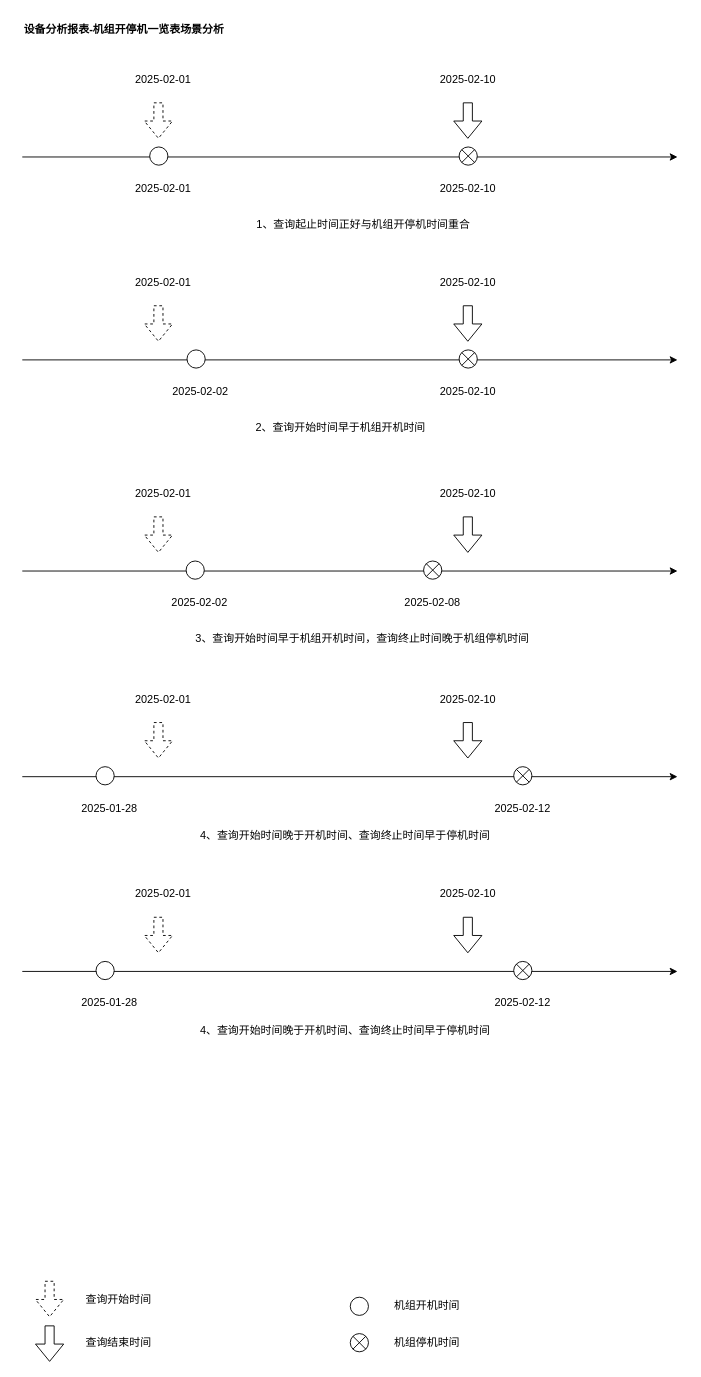
ab-doc/draw.io keeps this draw.io diagram as page "第2页" (2 of 2) of src/main/work/ddh/device_state_analysis_20250226002144.drawio. Above is the earlier version. Source tidied: cells renumbered, new cells numbered last; positions are measured from the earlier drawing's top-left corner, leaving out a move shared by most shapes. Both pictures are drawn from the tidied source at 91%, with x=0, y=0 at pixel (22, 15).
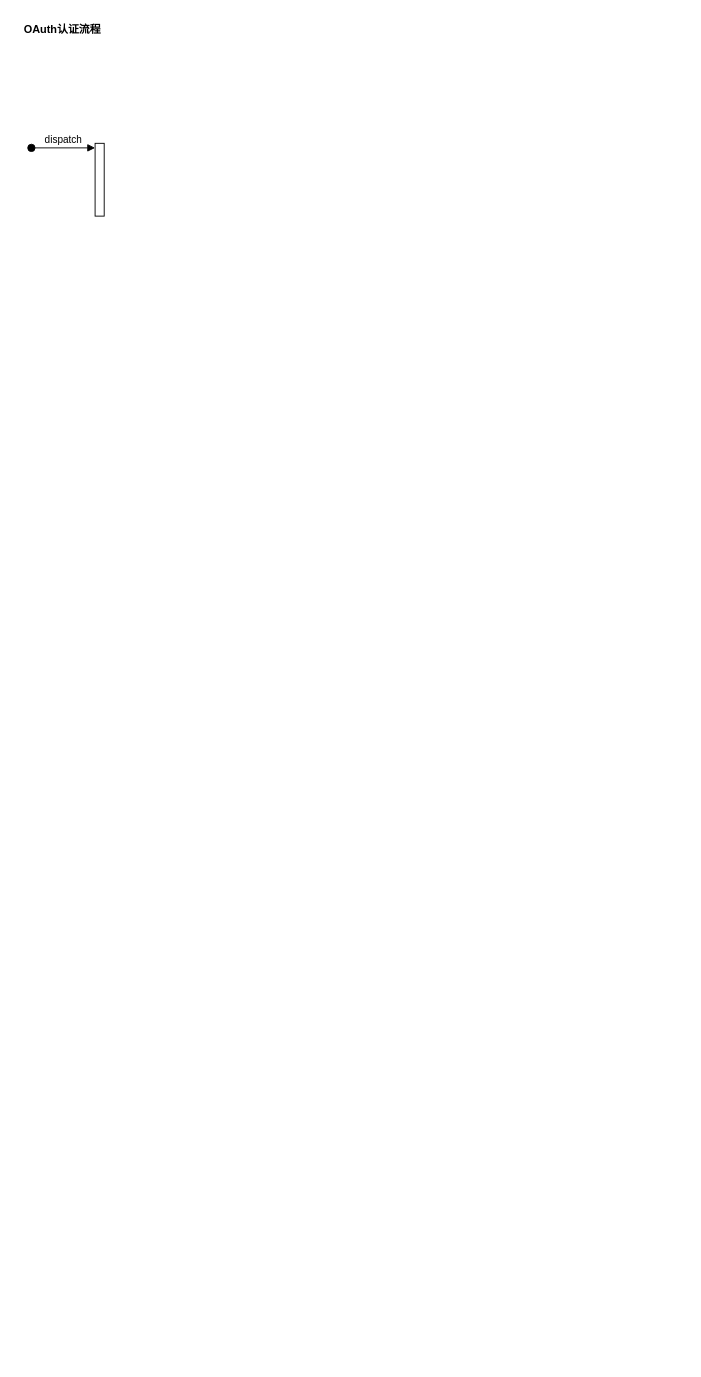
After the change.

What changed in the source:
```diff
@@
-    <mxCell id="2" style="endArrow=classic;html=1;rounded=0;startArrow=none;startFill=0;endFill=1;" parent="1" edge="1">
-      <mxGeometry relative="1" as="geometry">
-        <mxPoint y="155" as="sourcePoint" />
-        <mxPoint x="720" y="155" as="targetPoint" />
-      </mxGeometry>
-    </mxCell>
-    <mxCell id="3" style="verticalLabelPosition=bottom;verticalAlign=top;html=1;shape=mxgraph.flowchart.on-page_reference;" parent="1" vertex="1">
-      <mxGeometry x="140" y="144" width="20" height="20" as="geometry" />
-    </mxCell>
-    <mxCell id="4" style="shape=sumEllipse;perimeter=ellipsePerimeter;whiteSpace=wrap;html=1;backgroundOutline=1;" parent="1" vertex="1">
-      <mxGeometry x="480" y="144" width="20" height="20" as="geometry" />
-    </mxCell>
-    <mxCell id="5" value="2025-02-01" style="text;html=1;align=center;verticalAlign=middle;whiteSpace=wrap;rounded=0;" parent="1" vertex="1">
-      <mxGeometry x="120" y="175" width="70" height="30" as="geometry" />
-    </mxCell>
-    <mxCell id="6" value="2025-02-10" style="text;html=1;align=center;verticalAlign=middle;whiteSpace=wrap;rounded=0;" parent="1" vertex="1">
-      <mxGeometry x="455" y="175" width="70" height="30" as="geometry" />
-    </mxCell>
-    <mxCell id="7" style="shape=flexArrow;endArrow=classic;html=1;rounded=0;fillColor=default;fillStyle=auto;dashed=1;" parent="1" edge="1">
-      <mxGeometry relative="1" as="geometry">
-        <mxPoint x="149.6" y="95" as="sourcePoint" />
-        <mxPoint x="149.6" y="135" as="targetPoint" />
-      </mxGeometry>
-    </mxCell>
-    <mxCell id="8" style="shape=flexArrow;endArrow=classic;html=1;rounded=0;" parent="1" edge="1">
-      <mxGeometry relative="1" as="geometry">
-        <mxPoint x="489.6" y="95" as="sourcePoint" />
-        <mxPoint x="489.6" y="135" as="targetPoint" />
-      </mxGeometry>
-    </mxCell>
-    <mxCell id="9" value="2025-02-01" style="text;html=1;align=center;verticalAlign=middle;whiteSpace=wrap;rounded=0;" parent="1" vertex="1">
-      <mxGeometry x="120" y="55" width="70" height="30" as="geometry" />
-    </mxCell>
-    <mxCell id="10" value="2025-02-10" style="text;html=1;align=center;verticalAlign=middle;whiteSpace=wrap;rounded=0;" parent="1" vertex="1">
-      <mxGeometry x="455" y="55" width="70" height="30" as="geometry" />
-    </mxCell>
-    <mxCell id="11" value="1、查询起止时间正好与机组开停机时间重合" style="text;html=1;align=center;verticalAlign=middle;whiteSpace=wrap;rounded=0;" parent="1" vertex="1">
-      <mxGeometry x="250" y="215" width="250" height="30" as="geometry" />
-    </mxCell>
-    <mxCell id="12" value="设备分析报表-机组开停机一览表场景分析" style="text;html=1;align=left;verticalAlign=middle;whiteSpace=wrap;rounded=0;fontStyle=1;" parent="1" vertex="1">
+    <mxCell id="12" value="OAuth认证流程" style="text;html=1;align=left;verticalAlign=middle;whiteSpace=wrap;rounded=0;fontStyle=1;" parent="1" vertex="1">
       <mxGeometry width="237.5" height="30" as="geometry" />
     </mxCell>
-    <mxCell id="13" style="endArrow=classic;html=1;rounded=0;startArrow=none;startFill=0;endFill=1;" parent="1" edge="1">
-      <mxGeometry relative="1" as="geometry">
-        <mxPoint y="378" as="sourcePoint" />
-        <mxPoint x="720" y="378" as="targetPoint" />
-      </mxGeometry>
-    </mxCell>
-    <mxCell id="14" style="verticalLabelPosition=bottom;verticalAlign=top;html=1;shape=mxgraph.flowchart.on-page_reference;" parent="1" vertex="1">
-      <mxGeometry x="181" y="367" width="20" height="20" as="geometry" />
-    </mxCell>
-    <mxCell id="15" style="shape=sumEllipse;perimeter=ellipsePerimeter;whiteSpace=wrap;html=1;backgroundOutline=1;" parent="1" vertex="1">
-      <mxGeometry x="480" y="367" width="20" height="20" as="geometry" />
-    </mxCell>
-    <mxCell id="16" value="2025-02-02" style="text;html=1;align=center;verticalAlign=middle;whiteSpace=wrap;rounded=0;" parent="1" vertex="1">
-      <mxGeometry x="161" y="398" width="70" height="30" as="geometry" />
-    </mxCell>
-    <mxCell id="17" value="2025-02-10" style="text;html=1;align=center;verticalAlign=middle;whiteSpace=wrap;rounded=0;" parent="1" vertex="1">
-      <mxGeometry x="455" y="398" width="70" height="30" as="geometry" />
-    </mxCell>
-    <mxCell id="18" style="shape=flexArrow;endArrow=classic;html=1;rounded=0;fillColor=default;fillStyle=auto;dashed=1;" parent="1" edge="1">
-      <mxGeometry relative="1" as="geometry">
-        <mxPoint x="149.6" y="318" as="sourcePoint" />
-        <mxPoint x="149.6" y="358" as="targetPoint" />
-      </mxGeometry>
-    </mxCell>
-    <mxCell id="19" style="shape=flexArrow;endArrow=classic;html=1;rounded=0;" parent="1" edge="1">
-      <mxGeometry relative="1" as="geometry">
-        <mxPoint x="489.6" y="318" as="sourcePoint" />
-        <mxPoint x="489.6" y="358" as="targetPoint" />
-      </mxGeometry>
-    </mxCell>
-    <mxCell id="20" value="2025-02-01" style="text;html=1;align=center;verticalAlign=middle;whiteSpace=wrap;rounded=0;" parent="1" vertex="1">
-      <mxGeometry x="120" y="278" width="70" height="30" as="geometry" />
-    </mxCell>
-    <mxCell id="21" value="2025-02-10" style="text;html=1;align=center;verticalAlign=middle;whiteSpace=wrap;rounded=0;" parent="1" vertex="1">
-      <mxGeometry x="455" y="278" width="70" height="30" as="geometry" />
-    </mxCell>
-    <mxCell id="22" value="2、查询开始时间早于机组开机时间" style="text;html=1;align=center;verticalAlign=middle;whiteSpace=wrap;rounded=0;" parent="1" vertex="1">
-      <mxGeometry x="200" y="438" width="300" height="30" as="geometry" />
-    </mxCell>
-    <mxCell id="23" style="endArrow=classic;html=1;rounded=0;startArrow=none;startFill=0;endFill=1;" parent="1" edge="1">
-      <mxGeometry relative="1" as="geometry">
-        <mxPoint y="610" as="sourcePoint" />
-        <mxPoint x="720" y="610" as="targetPoint" />
-      </mxGeometry>
-    </mxCell>
-    <mxCell id="24" style="verticalLabelPosition=bottom;verticalAlign=top;html=1;shape=mxgraph.flowchart.on-page_reference;" parent="1" vertex="1">
-      <mxGeometry x="180" y="599" width="20" height="20" as="geometry" />
-    </mxCell>
-    <mxCell id="25" style="shape=sumEllipse;perimeter=ellipsePerimeter;whiteSpace=wrap;html=1;backgroundOutline=1;" parent="1" vertex="1">
-      <mxGeometry x="441" y="599" width="20" height="20" as="geometry" />
-    </mxCell>
-    <mxCell id="26" value="2025-02-02" style="text;html=1;align=center;verticalAlign=middle;whiteSpace=wrap;rounded=0;" parent="1" vertex="1">
-      <mxGeometry x="160" y="630" width="70" height="30" as="geometry" />
-    </mxCell>
-    <mxCell id="27" value="2025-02-08" style="text;html=1;align=center;verticalAlign=middle;whiteSpace=wrap;rounded=0;" parent="1" vertex="1">
-      <mxGeometry x="416" y="630" width="70" height="30" as="geometry" />
-    </mxCell>
-    <mxCell id="28" style="shape=flexArrow;endArrow=classic;html=1;rounded=0;fillColor=default;fillStyle=auto;dashed=1;" parent="1" edge="1">
-      <mxGeometry relative="1" as="geometry">
-        <mxPoint x="149.6" y="550" as="sourcePoint" />
-        <mxPoint x="149.6" y="590" as="targetPoint" />
-      </mxGeometry>
-    </mxCell>
-    <mxCell id="29" style="shape=flexArrow;endArrow=classic;html=1;rounded=0;" parent="1" edge="1">
-      <mxGeometry relative="1" as="geometry">
-        <mxPoint x="489.6" y="550" as="sourcePoint" />
-        <mxPoint x="489.6" y="590" as="targetPoint" />
-      </mxGeometry>
-    </mxCell>
-    <mxCell id="30" value="2025-02-01" style="text;html=1;align=center;verticalAlign=middle;whiteSpace=wrap;rounded=0;" parent="1" vertex="1">
-      <mxGeometry x="120" y="510" width="70" height="30" as="geometry" />
-    </mxCell>
-    <mxCell id="31" value="2025-02-10" style="text;html=1;align=center;verticalAlign=middle;whiteSpace=wrap;rounded=0;" parent="1" vertex="1">
-      <mxGeometry x="455" y="510" width="70" height="30" as="geometry" />
-    </mxCell>
-    <mxCell id="32" value="3、查询开始时间早于机组开机时间，查询终止时间晚于机组停机时间" style="text;html=1;align=center;verticalAlign=middle;whiteSpace=wrap;rounded=0;" parent="1" vertex="1">
-      <mxGeometry x="179" y="670" width="390" height="30" as="geometry" />
-    </mxCell>
-    <mxCell id="33" style="endArrow=classic;html=1;rounded=0;startArrow=none;startFill=0;endFill=1;" parent="1" edge="1">
-      <mxGeometry relative="1" as="geometry">
-        <mxPoint y="836" as="sourcePoint" />
-        <mxPoint x="720" y="836" as="targetPoint" />
-      </mxGeometry>
-    </mxCell>
-    <mxCell id="34" style="verticalLabelPosition=bottom;verticalAlign=top;html=1;shape=mxgraph.flowchart.on-page_reference;" parent="1" vertex="1">
-      <mxGeometry x="81" y="825" width="20" height="20" as="geometry" />
-    </mxCell>
-    <mxCell id="35" style="shape=sumEllipse;perimeter=ellipsePerimeter;whiteSpace=wrap;html=1;backgroundOutline=1;" parent="1" vertex="1">
-      <mxGeometry x="540" y="825" width="20" height="20" as="geometry" />
-    </mxCell>
-    <mxCell id="36" value="2025-01-28" style="text;html=1;align=center;verticalAlign=middle;whiteSpace=wrap;rounded=0;" parent="1" vertex="1">
-      <mxGeometry x="61" y="856" width="70" height="30" as="geometry" />
-    </mxCell>
-    <mxCell id="37" value="2025-02-12" style="text;html=1;align=center;verticalAlign=middle;whiteSpace=wrap;rounded=0;" parent="1" vertex="1">
-      <mxGeometry x="515" y="856" width="70" height="30" as="geometry" />
-    </mxCell>
-    <mxCell id="38" style="shape=flexArrow;endArrow=classic;html=1;rounded=0;fillColor=default;fillStyle=auto;dashed=1;" parent="1" edge="1">
-      <mxGeometry relative="1" as="geometry">
-        <mxPoint x="149.6" y="776" as="sourcePoint" />
-        <mxPoint x="149.6" y="816" as="targetPoint" />
-      </mxGeometry>
-    </mxCell>
-    <mxCell id="39" style="shape=flexArrow;endArrow=classic;html=1;rounded=0;" parent="1" edge="1">
-      <mxGeometry relative="1" as="geometry">
-        <mxPoint x="489.6" y="776" as="sourcePoint" />
-        <mxPoint x="489.6" y="816" as="targetPoint" />
-      </mxGeometry>
-    </mxCell>
-    <mxCell id="40" value="2025-02-01" style="text;html=1;align=center;verticalAlign=middle;whiteSpace=wrap;rounded=0;" parent="1" vertex="1">
-      <mxGeometry x="120" y="736" width="70" height="30" as="geometry" />
-    </mxCell>
-    <mxCell id="41" value="2025-02-10" style="text;html=1;align=center;verticalAlign=middle;whiteSpace=wrap;rounded=0;" parent="1" vertex="1">
-      <mxGeometry x="455" y="736" width="70" height="30" as="geometry" />
-    </mxCell>
-    <mxCell id="42" value="4、查询开始时间晚于开机时间、查询终止时间早于停机时间" style="text;html=1;align=center;verticalAlign=middle;whiteSpace=wrap;rounded=0;" parent="1" vertex="1">
-      <mxGeometry x="185" y="886" width="340" height="30" as="geometry" />
-    </mxCell>
-    <mxCell id="43" style="verticalLabelPosition=bottom;verticalAlign=top;html=1;shape=mxgraph.flowchart.on-page_reference;" parent="1" vertex="1">
-      <mxGeometry x="360.4" y="1408" width="20" height="20" as="geometry" />
-    </mxCell>
-    <mxCell id="44" value="机组开机时间" style="text;html=1;align=center;verticalAlign=middle;whiteSpace=wrap;rounded=0;" parent="1" vertex="1">
-      <mxGeometry x="400.4" y="1403" width="90" height="30" as="geometry" />
-    </mxCell>
-    <mxCell id="45" style="shape=sumEllipse;perimeter=ellipsePerimeter;whiteSpace=wrap;html=1;backgroundOutline=1;" parent="1" vertex="1">
-      <mxGeometry x="360.4" y="1448" width="20" height="20" as="geometry" />
-    </mxCell>
-    <mxCell id="46" value="机组停机时间" style="text;html=1;align=center;verticalAlign=middle;whiteSpace=wrap;rounded=0;" parent="1" vertex="1">
-      <mxGeometry x="400.4" y="1443" width="90" height="30" as="geometry" />
-    </mxCell>
-    <mxCell id="47" style="shape=flexArrow;endArrow=classic;html=1;rounded=0;fillColor=default;fillStyle=auto;dashed=1;" parent="1" edge="1">
-      <mxGeometry relative="1" as="geometry">
-        <mxPoint x="30" y="1390" as="sourcePoint" />
-        <mxPoint x="30" y="1430" as="targetPoint" />
-      </mxGeometry>
-    </mxCell>
-    <mxCell id="48" style="shape=flexArrow;endArrow=classic;html=1;rounded=0;" parent="1" edge="1">
-      <mxGeometry relative="1" as="geometry">
-        <mxPoint x="30" y="1439" as="sourcePoint" />
-        <mxPoint x="30" y="1479" as="targetPoint" />
-      </mxGeometry>
-    </mxCell>
-    <mxCell id="49" value="查询开始时间" style="text;html=1;align=center;verticalAlign=middle;whiteSpace=wrap;rounded=0;" parent="1" vertex="1">
-      <mxGeometry x="61.4" y="1396" width="90" height="30" as="geometry" />
-    </mxCell>
-    <mxCell id="50" value="查询结束时间" style="text;html=1;align=center;verticalAlign=middle;whiteSpace=wrap;rounded=0;" parent="1" vertex="1">
-      <mxGeometry x="61.4" y="1443" width="90" height="30" as="geometry" />
-    </mxCell>
-    <mxCell id="51" style="endArrow=classic;html=1;rounded=0;startArrow=none;startFill=0;endFill=1;" parent="1" edge="1">
-      <mxGeometry relative="1" as="geometry">
-        <mxPoint y="1050" as="sourcePoint" />
-        <mxPoint x="720" y="1050" as="targetPoint" />
-      </mxGeometry>
-    </mxCell>
-    <mxCell id="52" style="verticalLabelPosition=bottom;verticalAlign=top;html=1;shape=mxgraph.flowchart.on-page_reference;" parent="1" vertex="1">
-      <mxGeometry x="81" y="1039" width="20" height="20" as="geometry" />
-    </mxCell>
-    <mxCell id="53" style="shape=sumEllipse;perimeter=ellipsePerimeter;whiteSpace=wrap;html=1;backgroundOutline=1;" parent="1" vertex="1">
-      <mxGeometry x="540" y="1039" width="20" height="20" as="geometry" />
-    </mxCell>
-    <mxCell id="54" value="2025-01-28" style="text;html=1;align=center;verticalAlign=middle;whiteSpace=wrap;rounded=0;" parent="1" vertex="1">
-      <mxGeometry x="61" y="1070" width="70" height="30" as="geometry" />
-    </mxCell>
-    <mxCell id="55" value="2025-02-12" style="text;html=1;align=center;verticalAlign=middle;whiteSpace=wrap;rounded=0;" parent="1" vertex="1">
-      <mxGeometry x="515" y="1070" width="70" height="30" as="geometry" />
-    </mxCell>
-    <mxCell id="56" style="shape=flexArrow;endArrow=classic;html=1;rounded=0;fillColor=default;fillStyle=auto;dashed=1;" parent="1" edge="1">
-      <mxGeometry relative="1" as="geometry">
-        <mxPoint x="149.6" y="990" as="sourcePoint" />
-        <mxPoint x="149.6" y="1030" as="targetPoint" />
-      </mxGeometry>
-    </mxCell>
-    <mxCell id="57" style="shape=flexArrow;endArrow=classic;html=1;rounded=0;" parent="1" edge="1">
-      <mxGeometry relative="1" as="geometry">
-        <mxPoint x="489.6" y="990" as="sourcePoint" />
-        <mxPoint x="489.6" y="1030" as="targetPoint" />
-      </mxGeometry>
-    </mxCell>
-    <mxCell id="58" value="2025-02-01" style="text;html=1;align=center;verticalAlign=middle;whiteSpace=wrap;rounded=0;" parent="1" vertex="1">
-      <mxGeometry x="120" y="950" width="70" height="30" as="geometry" />
-    </mxCell>
-    <mxCell id="59" value="2025-02-10" style="text;html=1;align=center;verticalAlign=middle;whiteSpace=wrap;rounded=0;" parent="1" vertex="1">
-      <mxGeometry x="455" y="950" width="70" height="30" as="geometry" />
-    </mxCell>
-    <mxCell id="60" value="4、查询开始时间晚于开机时间、查询终止时间早于停机时间" style="text;html=1;align=center;verticalAlign=middle;whiteSpace=wrap;rounded=0;" parent="1" vertex="1">
-      <mxGeometry x="185" y="1100" width="340" height="30" as="geometry" />
-    </mxCell>
+    <mxCell id="61" style="html=1;points=[[0,0,0,0,5],[0,1,0,0,-5],[1,0,0,0,5],[1,1,0,0,-5]];perimeter=orthogonalPerimeter;outlineConnect=0;targetShapes=umlLifeline;portConstraint=eastwest;newEdgeStyle={&quot;curved&quot;:0,&quot;rounded&quot;:0};" parent="1" vertex="1">
+      <mxGeometry x="80" y="140" width="10" height="80" as="geometry" />
+    </mxCell>
+    <mxCell id="62" value="dispatch" style="html=1;verticalAlign=bottom;startArrow=oval;endArrow=block;startSize=8;curved=0;rounded=0;entryX=0;entryY=0;entryDx=0;entryDy=5;" parent="1" edge="1" target="61">
+      <mxGeometry relative="1" as="geometry">
+        <mxPoint x="10" y="145" as="sourcePoint" />
+      </mxGeometry>
+    </mxCell>
```
